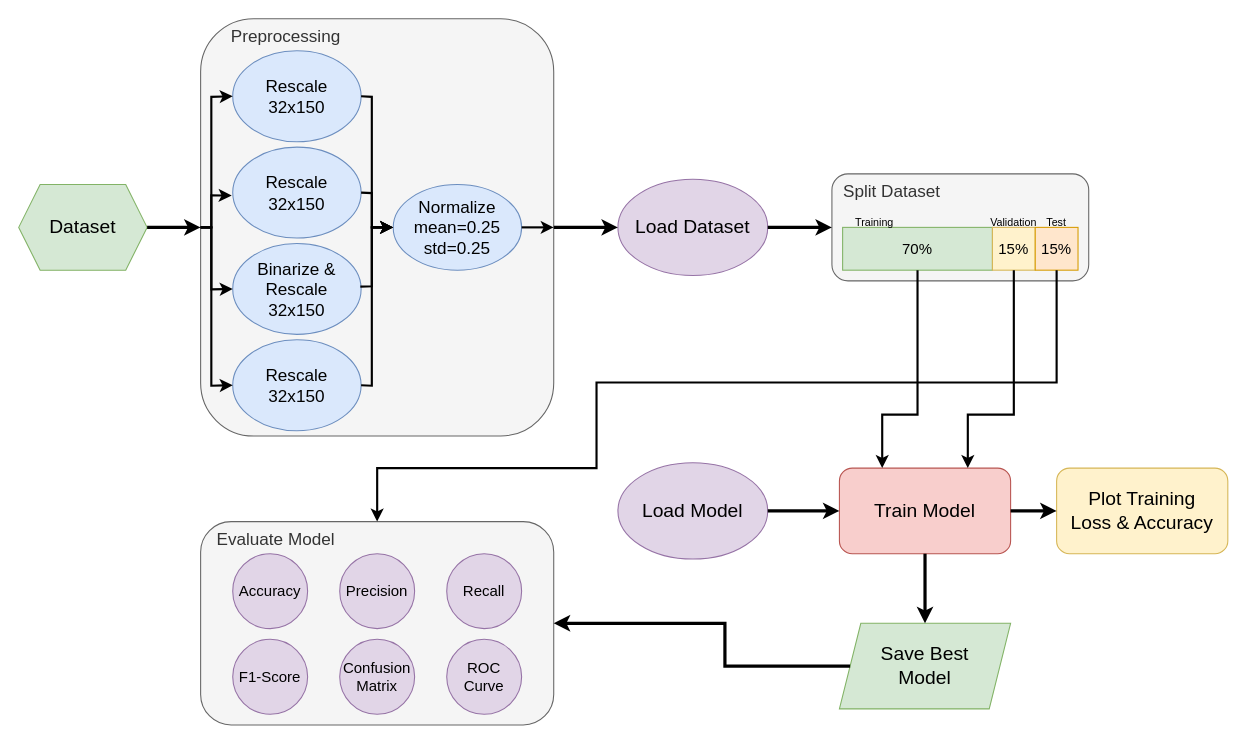
Earlier version of the draw.io diagram readme_images/flow_diagram.drawio (MorelliDUniFr/dia-font-classification). Source tidied: cells renumbered, new cells numbered last; positions are measured from the earlier drawing's top-left corner, leaving out a move shared by most shapes. Both pictures are drawn from the tidied source at 107%, with x=0, y=0 at pixel (18, 18).
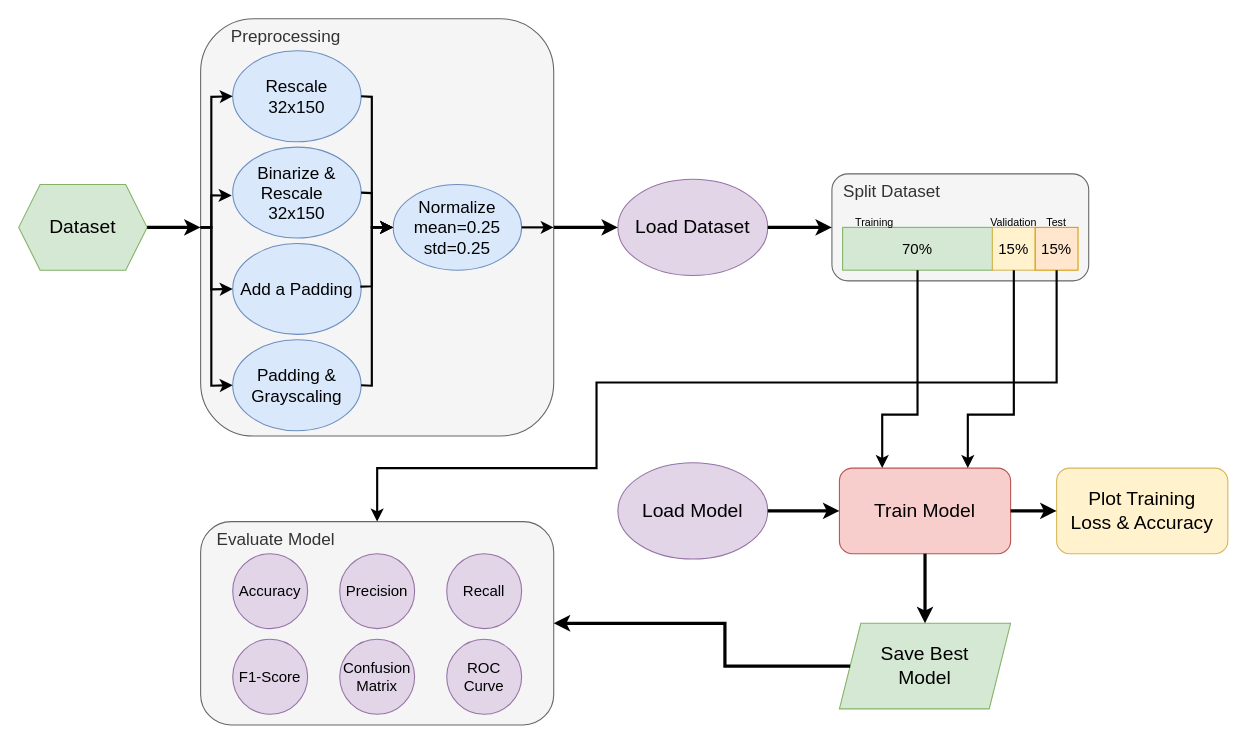
The same diagram, later.

What changed in the source:
```diff
@@
-    <mxCell id="37" value="Binarize &amp;amp;&lt;br&gt;Rescale&lt;div style=&quot;font-size: 16px;&quot;&gt;32x150&lt;/div&gt;" style="ellipse;whiteSpace=wrap;html=1;fontSize=16;fillColor=#dae8fc;strokeColor=#6c8ebf;" parent="1" vertex="1">
+    <mxCell id="37" value="Add a Padding" style="ellipse;whiteSpace=wrap;html=1;fontSize=16;fillColor=#dae8fc;strokeColor=#6c8ebf;" parent="1" vertex="1">
       <mxGeometry x="200" y="210" width="120" height="85" as="geometry" />
     </mxCell>
@@
-    <mxCell id="39" value="Rescale&lt;div style=&quot;font-size: 16px;&quot;&gt;32x150&lt;/div&gt;" style="ellipse;whiteSpace=wrap;html=1;fontSize=16;fillColor=#dae8fc;strokeColor=#6c8ebf;" parent="1" vertex="1">
+    <mxCell id="39" value="Binarize &amp;amp; Rescale &amp;nbsp; 32x150" style="ellipse;whiteSpace=wrap;html=1;fontSize=16;fillColor=#dae8fc;strokeColor=#6c8ebf;" parent="1" vertex="1">
       <mxGeometry x="200" y="120" width="120" height="85" as="geometry" />
     </mxCell>
@@
-    <mxCell id="41" value="Rescale&lt;div style=&quot;font-size: 16px;&quot;&gt;32x150&lt;/div&gt;" style="ellipse;whiteSpace=wrap;html=1;fontSize=16;fillColor=#dae8fc;strokeColor=#6c8ebf;" parent="1" vertex="1">
+    <mxCell id="41" value="Padding &amp;amp; Grayscaling" style="ellipse;whiteSpace=wrap;html=1;fontSize=16;fillColor=#dae8fc;strokeColor=#6c8ebf;" parent="1" vertex="1">
       <mxGeometry x="200" y="300" width="120" height="85" as="geometry" />
     </mxCell>
```
